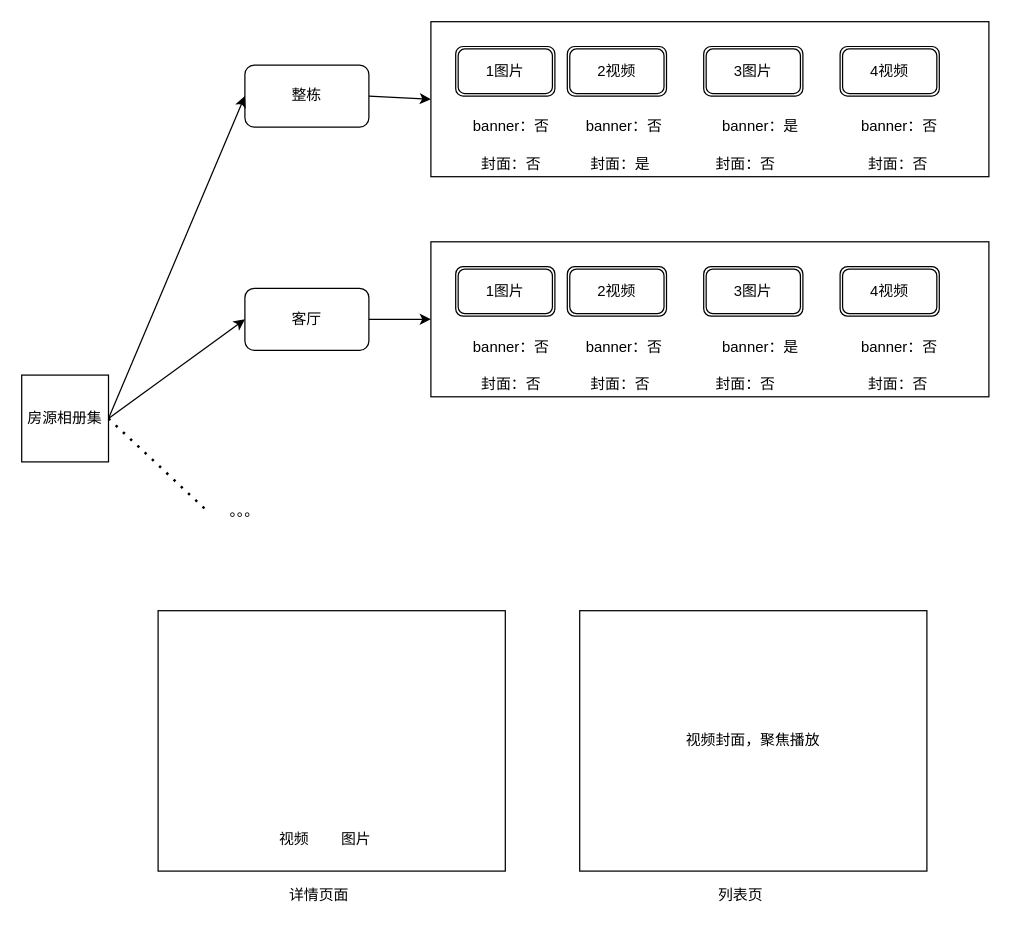
Before: 房源相册.drawio in wjwsoft/flow_chart, a draw.io diagram. Source tidied: cells renumbered, new cells numbered last; positions are measured from the earlier drawing's top-left corner, leaving out a move shared by most shapes. Both pictures are drawn from the tidied source at 124%, with x=0, y=0 at pixel (21, 21).
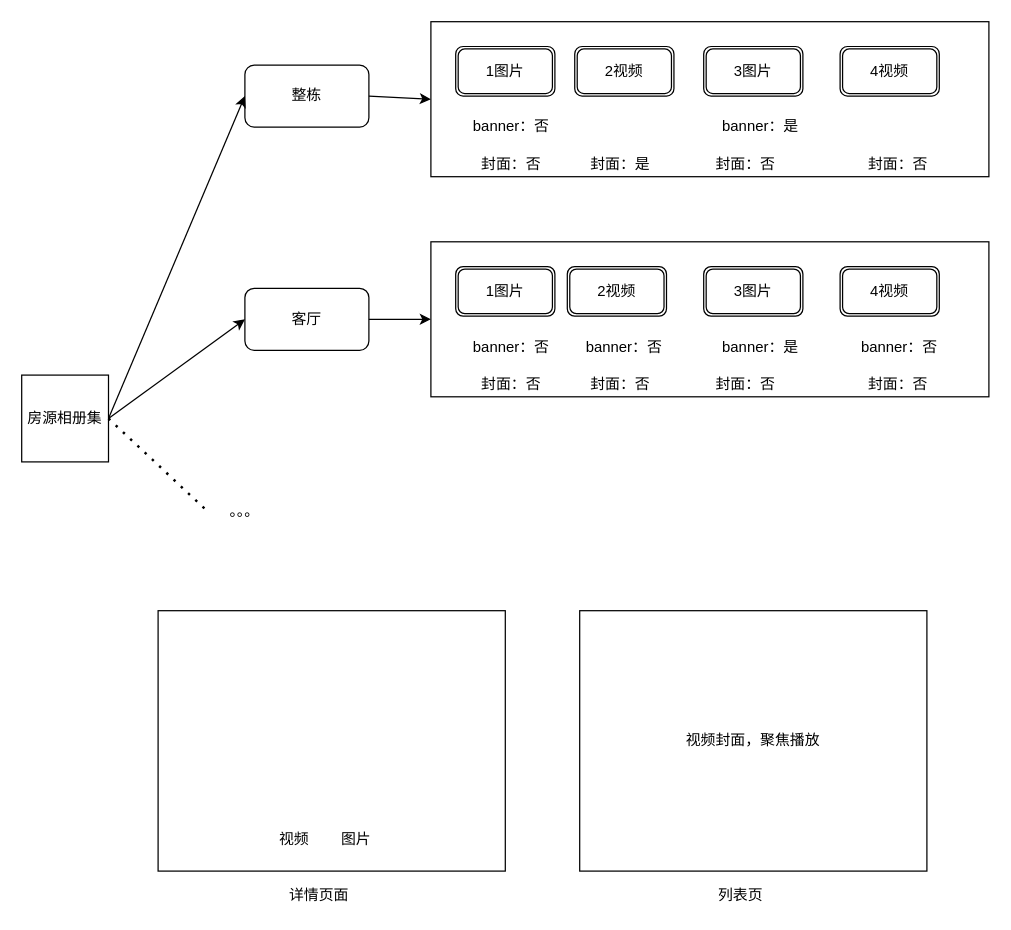
The same diagram, later.

Commit message (it also covers changes not shown here):
更新房源相册.drawio

Diff of the diagram source:
```diff
@@
     <mxCell id="9" value="2视频" style="shape=ext;rounded=1;html=1;whiteSpace=wrap;double=1;" parent="1" vertex="1">
-      <mxGeometry x="440" y="20" width="80" height="40" as="geometry" />
+      <mxGeometry x="446" y="20" width="80" height="40" as="geometry" />
     </mxCell>
@@
-    <mxCell id="13" value="banner：否" style="text;html=1;strokeColor=none;fillColor=none;align=center;verticalAlign=middle;whiteSpace=wrap;rounded=0;" parent="1" vertex="1">
-      <mxGeometry x="452" y="75" width="68" height="20" as="geometry" />
-    </mxCell>
@@
-    <mxCell id="15" value="banner：否" style="text;html=1;strokeColor=none;fillColor=none;align=center;verticalAlign=middle;whiteSpace=wrap;rounded=0;" parent="1" vertex="1">
-      <mxGeometry x="673" y="75" width="70" height="20" as="geometry" />
-    </mxCell>
```
